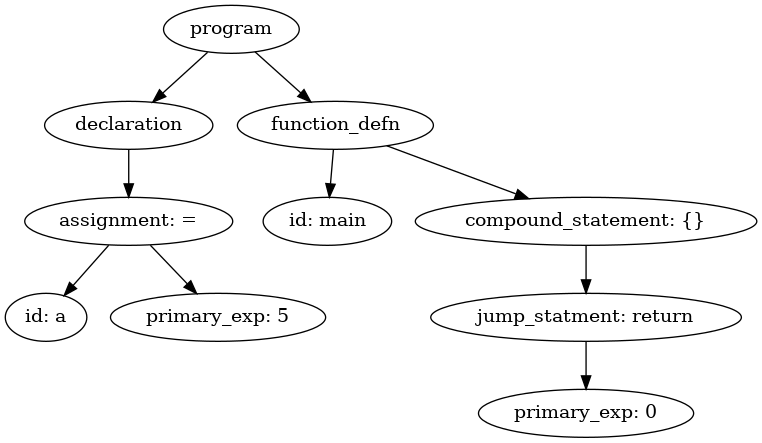
This is text1.dot.png from rjnrohit/C-Compiler-CS335, a Graphviz export, as it was before one commit. Its source is kept beside it as text1.dot.
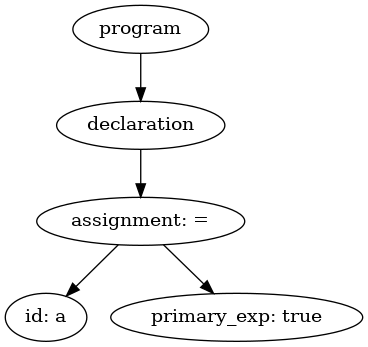
After the change.

Commit message:
add true or false

Diff of the diagram source:
```diff
@@ -1,53 +1,28 @@
 strict digraph "" {
-	graph [bb="0,0,563.59,324"];
+	graph [bb="0,0,267.79,252"];
 	node [label="\N"];
-	23	[height=0.5,
+	11	[height=0.5,
 		label=program,
-		pos="169.55,306",
+		pos="101.55,234",
 		width=1.4082];
-	16	[height=0.5,
+	10	[height=0.5,
 		label=declaration,
-		pos="92.547,234",
+		pos="101.55,162",
 		width=1.7512];
-	23 -> 16	[pos="e,110.58,251.39 151.69,288.76 141.75,279.73 129.21,268.33 118.23,258.35"];
-	22	[height=0.5,
-		label=function_defn,
-		pos="247.55,234",
-		width=2.0417];
-	23 -> 22	[pos="e,229.1,251.55 187.25,289.12 197.4,280 210.33,268.4 221.61,258.28"];
-	15	[height=0.5,
+	11 -> 10	[pos="e,101.55,180.1 101.55,215.7 101.55,207.98 101.55,198.71 101.55,190.11"];
+	9	[height=0.5,
 		label="assignment: =",
-		pos="92.547,162",
+		pos="101.55,90",
 		width=2.1667];
-	16 -> 15	[pos="e,92.547,180.1 92.547,215.7 92.547,207.98 92.547,198.71 92.547,190.11"];
-	18	[height=0.5,
-		label="id: main",
-		pos="241.55,162",
-		width=1.336];
-	22 -> 18	[pos="e,243.01,180.1 246.06,215.7 245.4,207.98 244.61,198.71 243.87,190.11"];
-	21	[height=0.5,
-		label="compound_statement: {}",
-		pos="435.55,162",
-		width=3.5566];
-	22 -> 21	[pos="e,392.5,179.03 286.05,218.67 313.96,208.27 352.06,194.09 382.8,182.64"];
-	13	[height=0.5,
+	10 -> 9	[pos="e,101.55,108.1 101.55,143.7 101.55,135.98 101.55,126.71 101.55,118.11"];
+	7	[height=0.5,
 		label="id: a",
-		pos="30.547,90",
+		pos="30.547,18",
 		width=0.84854];
-	15 -> 13	[pos="e,44.149,106.36 77.539,144.05 69.508,134.99 59.505,123.69 50.795,113.86"];
-	14	[height=0.5,
-		label="primary_exp: 5",
-		pos="159.55,90",
-		width=2.2387];
-	15 -> 14	[pos="e,143.48,107.79 108.77,144.05 117.08,135.37 127.34,124.64 136.47,115.11"];
-	20	[height=0.5,
-		label="jump_statment: return",
-		pos="435.55,90",
-		width=3.2361];
-	21 -> 20	[pos="e,435.55,108.1 435.55,143.7 435.55,135.98 435.55,126.71 435.55,118.11"];
-	19	[height=0.5,
-		label="primary_exp: 0",
-		pos="435.55,18",
-		width=2.2387];
-	20 -> 19	[pos="e,435.55,36.104 435.55,71.697 435.55,63.983 435.55,54.712 435.55,46.112"];
+	9 -> 7	[pos="e,45.8,34.038 84.721,72.411 75.218,63.041 63.218,51.211 52.93,41.067"];
+	8	[height=0.5,
+		label="primary_exp: true",
+		pos="173.55,18",
+		width=2.6178];
+	9 -> 8	[pos="e,156.11,35.956 118.61,72.411 127.62,63.648 138.85,52.732 148.8,43.057"];
 }
```
